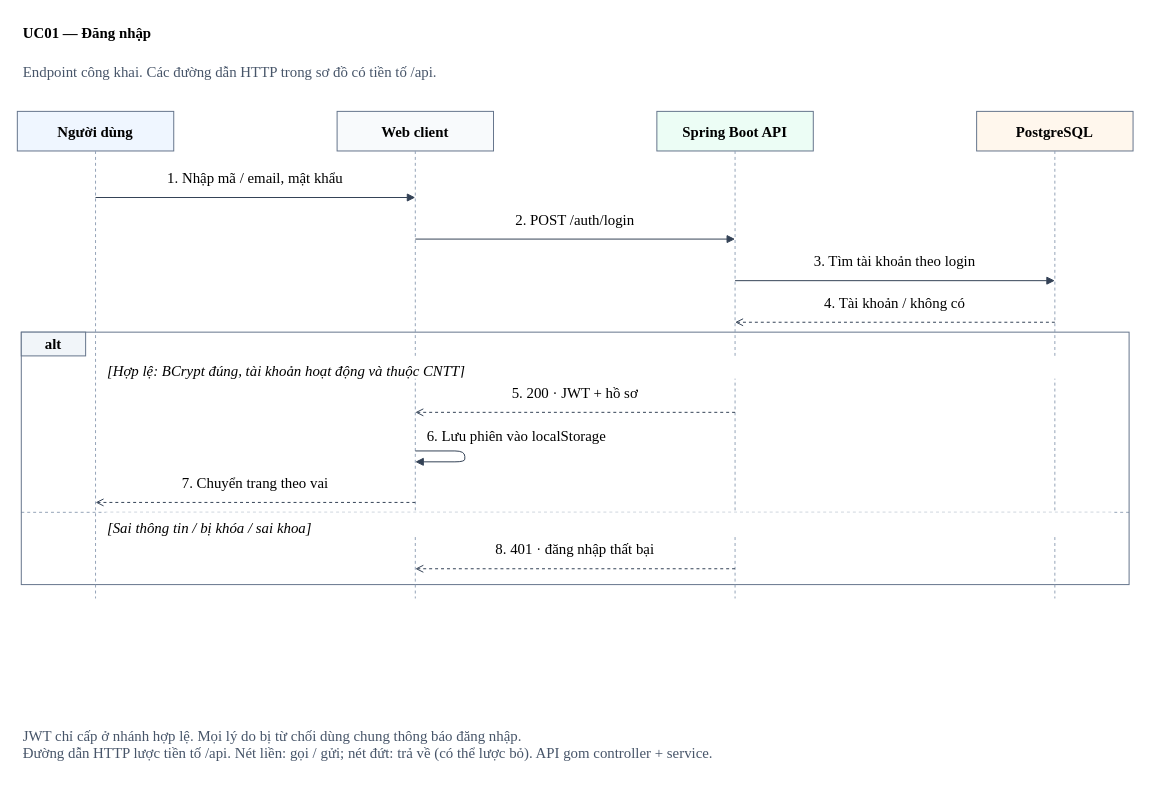
Before: page "SEQ UC01 · Đăng nhập" (11 of 31) of docs/diagrams/so-do-he-thong.drawio in hominhduc-dev/So-Tay-Sinh-Vien-CNTT-DAU, a draw.io diagram. Source tidied: cells renumbered, new cells numbered last; positions are measured from the earlier drawing's top-left corner, leaving out a move shared by most shapes. Both pictures are drawn from the tidied source at 99%, with x=0, y=0 at pixel (17, 17).
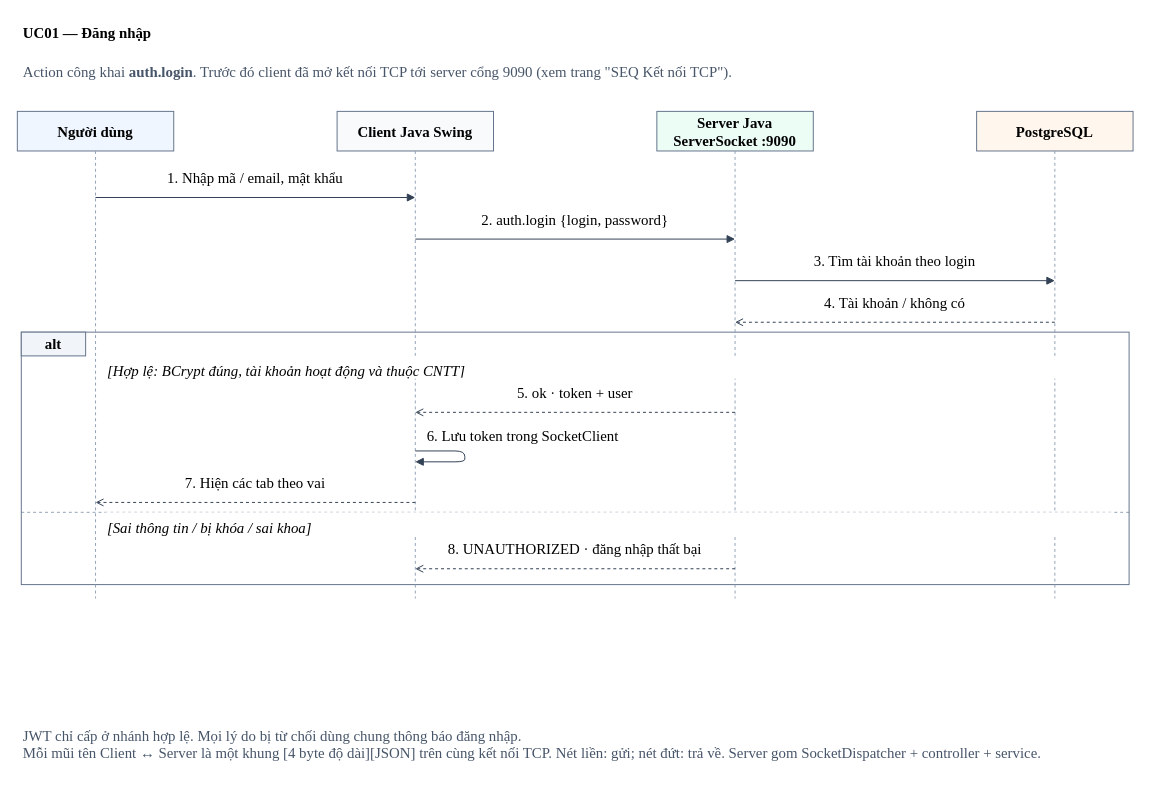
After the change.

Diff of the diagram source:
```diff
@@
-    <mxCell id="5" value="Endpoint công khai. Các đường dẫn HTTP trong sơ đồ có tiền tố /api." style="text;align=left;fontColor=#475569;html=1;whiteSpace=wrap;fontFamily=Times New Roman;fontSize=15;" parent="1" vertex="1">
+    <mxCell id="5" value="Action công khai &lt;b&gt;auth.login&lt;/b&gt;. Trước đó client đã mở kết nối TCP tới server cổng 9090 (xem trang &quot;SEQ Kết nối TCP&quot;)." style="text;align=left;fontColor=#475569;html=1;whiteSpace=wrap;fontFamily=Times New Roman;fontSize=15;" parent="1" vertex="1">
       <mxGeometry x="4" y="40" width="1119" height="40" as="geometry" />
     </mxCell>
@@
-    <mxCell id="8" value="Web client" style="rounded=0;strokeColor=#64748b;fillColor=#f8fafc;fontStyle=1;html=1;whiteSpace=wrap;fontFamily=Times New Roman;fontSize=15;" parent="1" vertex="1">
+    <mxCell id="8" value="Client Java Swing" style="rounded=0;strokeColor=#64748b;fillColor=#f8fafc;fontStyle=1;html=1;whiteSpace=wrap;fontFamily=Times New Roman;fontSize=15;" parent="1" vertex="1">
       <mxGeometry x="323" y="95" width="158" height="40" as="geometry" />
     </mxCell>
@@
-    <mxCell id="10" value="Spring Boot API" style="rounded=0;strokeColor=#64748b;fillColor=#ecfdf5;fontStyle=1;html=1;whiteSpace=wrap;fontFamily=Times New Roman;fontSize=15;" parent="1" vertex="1">
+    <mxCell id="10" value="Server Java&lt;br&gt;ServerSocket :9090" style="rounded=0;strokeColor=#64748b;fillColor=#ecfdf5;fontStyle=1;html=1;whiteSpace=wrap;fontFamily=Times New Roman;fontSize=15;" parent="1" vertex="1">
       <mxGeometry x="646" y="95" width="158" height="40" as="geometry" />
     </mxCell>
@@
-    <mxCell id="16" value="2. POST /auth/login" style="text;fillColor=#ffffff;align=center;html=1;whiteSpace=wrap;fontFamily=Times New Roman;fontSize=15;" parent="1" vertex="1">
+    <mxCell id="16" value="2. auth.login {login, password}" style="text;fillColor=#ffffff;align=center;html=1;whiteSpace=wrap;fontFamily=Times New Roman;fontSize=15;" parent="1" vertex="1">
       <mxGeometry x="409" y="189" width="309" height="32" as="geometry" />
     </mxCell>
@@
-    <mxCell id="23" value="5. 200 · JWT + hồ sơ" style="text;fillColor=#ffffff;align=center;html=1;whiteSpace=wrap;fontFamily=Times New Roman;fontSize=15;" parent="1" vertex="1">
+    <mxCell id="23" value="5. ok · token + user" style="text;fillColor=#ffffff;align=center;html=1;whiteSpace=wrap;fontFamily=Times New Roman;fontSize=15;" parent="1" vertex="1">
       <mxGeometry x="409" y="364" width="309" height="32" as="geometry" />
     </mxCell>
@@
-    <mxCell id="25" value="6. Lưu phiên vào localStorage" style="text;fillColor=#ffffff;align=left;html=1;whiteSpace=wrap;fontFamily=Times New Roman;fontSize=15;" parent="1" vertex="1">
+    <mxCell id="25" value="6. Lưu token trong SocketClient" style="text;fillColor=#ffffff;align=left;html=1;whiteSpace=wrap;fontFamily=Times New Roman;fontSize=15;" parent="1" vertex="1">
       <mxGeometry x="412" y="407" width="220" height="31" as="geometry" />
     </mxCell>
@@
-    <mxCell id="27" value="7. Chuyển trang theo vai" style="text;fillColor=#ffffff;align=center;html=1;whiteSpace=wrap;fontFamily=Times New Roman;fontSize=15;" parent="1" vertex="1">
+    <mxCell id="27" value="7. Hiện các tab theo vai" style="text;fillColor=#ffffff;align=center;html=1;whiteSpace=wrap;fontFamily=Times New Roman;fontSize=15;" parent="1" vertex="1">
       <mxGeometry x="86" y="455" width="309" height="32" as="geometry" />
     </mxCell>
@@
-    <mxCell id="30" value="8. 401 · đăng nhập thất bại" style="text;fillColor=#ffffff;align=center;html=1;whiteSpace=wrap;fontFamily=Times New Roman;fontSize=15;" parent="1" vertex="1">
+    <mxCell id="30" value="8. UNAUTHORIZED · đăng nhập thất bại" style="text;fillColor=#ffffff;align=center;html=1;whiteSpace=wrap;fontFamily=Times New Roman;fontSize=15;" parent="1" vertex="1">
       <mxGeometry x="409" y="522" width="309" height="32" as="geometry" />
     </mxCell>
@@
-    <mxCell id="33" value="JWT chỉ cấp ở nhánh hợp lệ. Mọi lý do bị từ chối dùng chung thông báo đăng nhập.&lt;br&gt;Đường dẫn HTTP lược tiền tố /api. Nét liền: gọi / gửi; nét đứt: trả về (có thể lược bỏ). API gom controller + service." style="text;align=left;verticalAlign=top;fontColor=#475569;html=1;whiteSpace=wrap;fontFamily=Times New Roman;fontSize=15;" parent="1" vertex="1">
+    <mxCell id="33" value="JWT chỉ cấp ở nhánh hợp lệ. Mọi lý do bị từ chối dùng chung thông báo đăng nhập.&lt;br&gt;Mỗi mũi tên Client ↔ Server là một khung [4 byte độ dài][JSON] trên cùng kết nối TCP. Nét liền: gửi; nét đứt: trả về. Server gom SocketDispatcher + controller + service." style="text;align=left;verticalAlign=top;fontColor=#475569;html=1;whiteSpace=wrap;fontFamily=Times New Roman;fontSize=15;" parent="1" vertex="1">
       <mxGeometry x="4" y="710" width="1119" height="76" as="geometry" />
     </mxCell>
```
